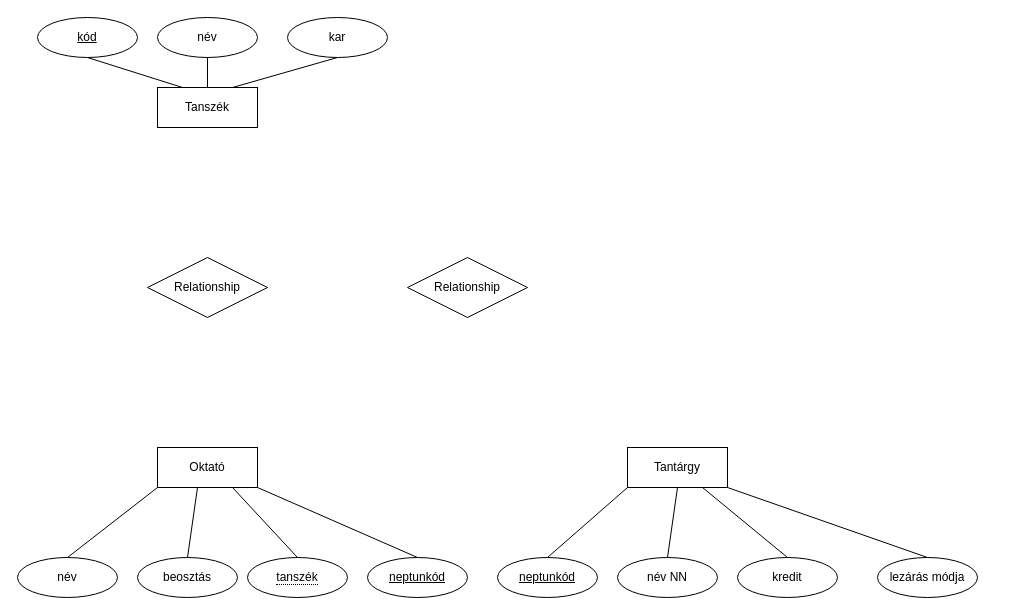
urbanoliver/HEPMIU_DB1Gyak keeps this draw.io diagram as HEPMIU_1004/hepmiu_4.1.drawio. Above is the earlier version. Source tidied: cells renumbered, new cells numbered last; positions are measured from the earlier drawing's top-left corner, leaving out a move shared by most shapes. Both pictures are drawn from the tidied source at 100%, with x=0, y=0 at pixel (17, 17).
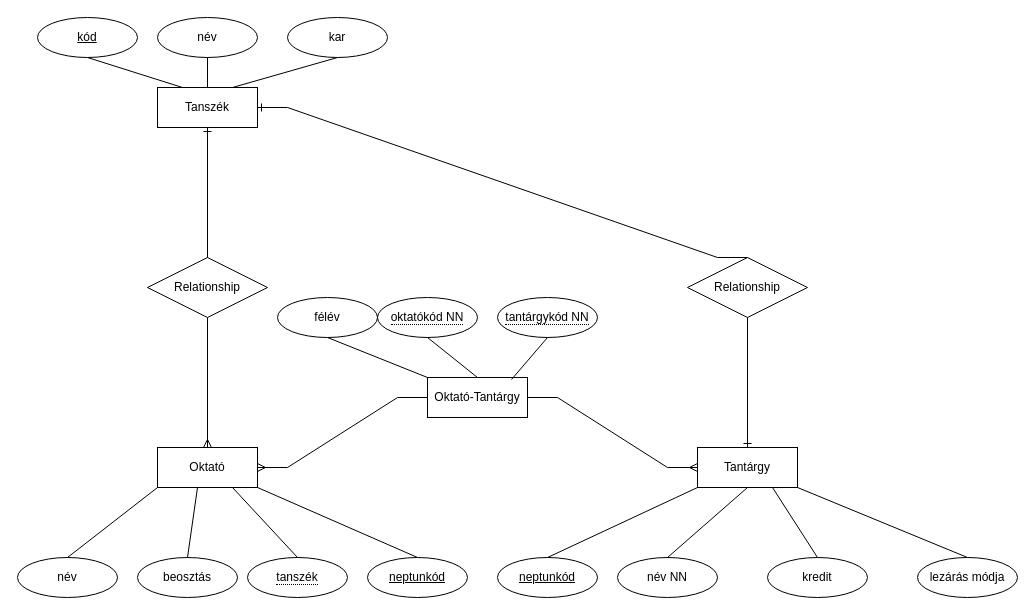
The same diagram, later.

The change refers to these unchanged cells:
```xml
<mxCell id="2" value="Oktató" style="whiteSpace=wrap;html=1;align=center;" parent="1" vertex="1">
  <mxGeometry x="140" y="430" width="100" height="40" as="geometry" />
</mxCell>
<mxCell id="4" value="Tanszék" style="whiteSpace=wrap;html=1;align=center;" parent="1" vertex="1">
  <mxGeometry x="140" y="70" width="100" height="40" as="geometry" />
</mxCell>
<mxCell id="5" value="Relationship" style="shape=rhombus;perimeter=rhombusPerimeter;whiteSpace=wrap;html=1;align=center;" parent="1" vertex="1">
  <mxGeometry x="130" y="240" width="120" height="60" as="geometry" />
</mxCell>
```

What changed in the source:
```diff
@@
     <mxCell id="3" value="Tantárgy" style="whiteSpace=wrap;html=1;align=center;" parent="1" vertex="1">
-      <mxGeometry x="610" y="430" width="100" height="40" as="geometry" />
+      <mxGeometry x="680" y="430" width="100" height="40" as="geometry" />
     </mxCell>
@@
     <mxCell id="6" value="Relationship" style="shape=rhombus;perimeter=rhombusPerimeter;whiteSpace=wrap;html=1;align=center;" parent="1" vertex="1">
-      <mxGeometry x="390" y="240" width="120" height="60" as="geometry" />
+      <mxGeometry x="670" y="240" width="120" height="60" as="geometry" />
     </mxCell>
@@
     <mxCell id="23" value="kredit" style="ellipse;whiteSpace=wrap;html=1;align=center;" parent="1" vertex="1">
-      <mxGeometry x="720" y="540" width="100" height="40" as="geometry" />
+      <mxGeometry x="750" y="540" width="100" height="40" as="geometry" />
     </mxCell>
     <mxCell id="24" value="lezárás módja" style="ellipse;whiteSpace=wrap;html=1;align=center;" parent="1" vertex="1">
-      <mxGeometry x="860" y="540" width="100" height="40" as="geometry" />
+      <mxGeometry x="900" y="540" width="100" height="40" as="geometry" />
     </mxCell>
@@
+    <mxCell id="29" style="fontSize=12;html=1;endArrow=ERmany;rounded=0;exitX=0.5;exitY=1;exitDx=0;exitDy=0;entryX=0.5;entryY=0;entryDx=0;entryDy=0;" parent="1" edge="1" source="5" target="2">
+      <mxGeometry relative="1" as="geometry" />
+    </mxCell>
+    <mxCell id="30" style="fontSize=12;html=1;endArrow=ERone;endFill=1;rounded=0;exitX=0.5;exitY=0;exitDx=0;exitDy=0;entryX=0.5;entryY=1;entryDx=0;entryDy=0;" parent="1" edge="1" source="5" target="4">
+      <mxGeometry relative="1" as="geometry" />
+    </mxCell>
+    <mxCell id="31" value="Oktató-Tantárgy" style="whiteSpace=wrap;html=1;align=center;" parent="1" vertex="1">
+      <mxGeometry x="410" y="360" width="100" height="40" as="geometry" />
+    </mxCell>
+    <mxCell id="32" style="edgeStyle=entityRelationEdgeStyle;fontSize=12;html=1;endArrow=ERmany;rounded=0;exitX=1;exitY=0.5;exitDx=0;exitDy=0;entryX=0;entryY=0.5;entryDx=0;entryDy=0;" parent="1" edge="1" source="31" target="3">
+      <mxGeometry relative="1" as="geometry" />
+    </mxCell>
+    <mxCell id="33" value="&lt;span style=&quot;border-bottom: 1px dotted&quot;&gt;oktatókód NN&lt;/span&gt;" style="ellipse;whiteSpace=wrap;html=1;align=center;" parent="1" vertex="1">
+      <mxGeometry x="360" y="280" width="100" height="40" as="geometry" />
+    </mxCell>
+    <mxCell id="34" value="&lt;span style=&quot;border-bottom: 1px dotted&quot;&gt;tantárgykód NN&lt;/span&gt;" style="ellipse;whiteSpace=wrap;html=1;align=center;" parent="1" vertex="1">
+      <mxGeometry x="480" y="280" width="100" height="40" as="geometry" />
+    </mxCell>
+    <mxCell id="35" value="félév" style="ellipse;whiteSpace=wrap;html=1;align=center;" parent="1" vertex="1">
+      <mxGeometry x="260" y="280" width="100" height="40" as="geometry" />
+    </mxCell>
+    <mxCell id="36" style="endArrow=none;html=1;rounded=0;exitX=0.5;exitY=1;exitDx=0;exitDy=0;" parent="1" edge="1" source="35" target="31">
+      <mxGeometry relative="1" as="geometry" />
+    </mxCell>
+    <mxCell id="37" style="endArrow=none;html=1;rounded=0;exitX=0.5;exitY=1;exitDx=0;exitDy=0;entryX=0.5;entryY=0;entryDx=0;entryDy=0;" parent="1" edge="1" source="33" target="31">
+      <mxGeometry relative="1" as="geometry" />
+    </mxCell>
+    <mxCell id="38" style="endArrow=none;html=1;rounded=0;entryX=0.5;entryY=1;entryDx=0;entryDy=0;exitX=0.84;exitY=0.05;exitDx=0;exitDy=0;exitPerimeter=0;" parent="1" edge="1" source="31" target="34">
+      <mxGeometry relative="1" as="geometry" />
+    </mxCell>
+    <mxCell id="39" style="edgeStyle=entityRelationEdgeStyle;fontSize=12;html=1;endArrow=ERmany;rounded=0;exitX=0;exitY=0.5;exitDx=0;exitDy=0;entryX=1;entryY=0.5;entryDx=0;entryDy=0;" parent="1" edge="1" source="31" target="2">
+      <mxGeometry relative="1" as="geometry" />
+    </mxCell>
+    <mxCell id="40" style="edgeStyle=entityRelationEdgeStyle;fontSize=12;html=1;endArrow=ERone;endFill=1;rounded=0;exitX=0.5;exitY=0;exitDx=0;exitDy=0;entryX=1;entryY=0.5;entryDx=0;entryDy=0;" parent="1" edge="1" source="6" target="4">
+      <mxGeometry relative="1" as="geometry" />
+    </mxCell>
+    <mxCell id="41" style="edgeStyle=orthogonalEdgeStyle;fontSize=12;html=1;endArrow=ERone;endFill=1;rounded=0;exitX=0.5;exitY=1;exitDx=0;exitDy=0;entryX=0.5;entryY=0;entryDx=0;entryDy=0;" parent="1" edge="1" source="6" target="3">
+      <mxGeometry relative="1" as="geometry" />
+    </mxCell>
```
